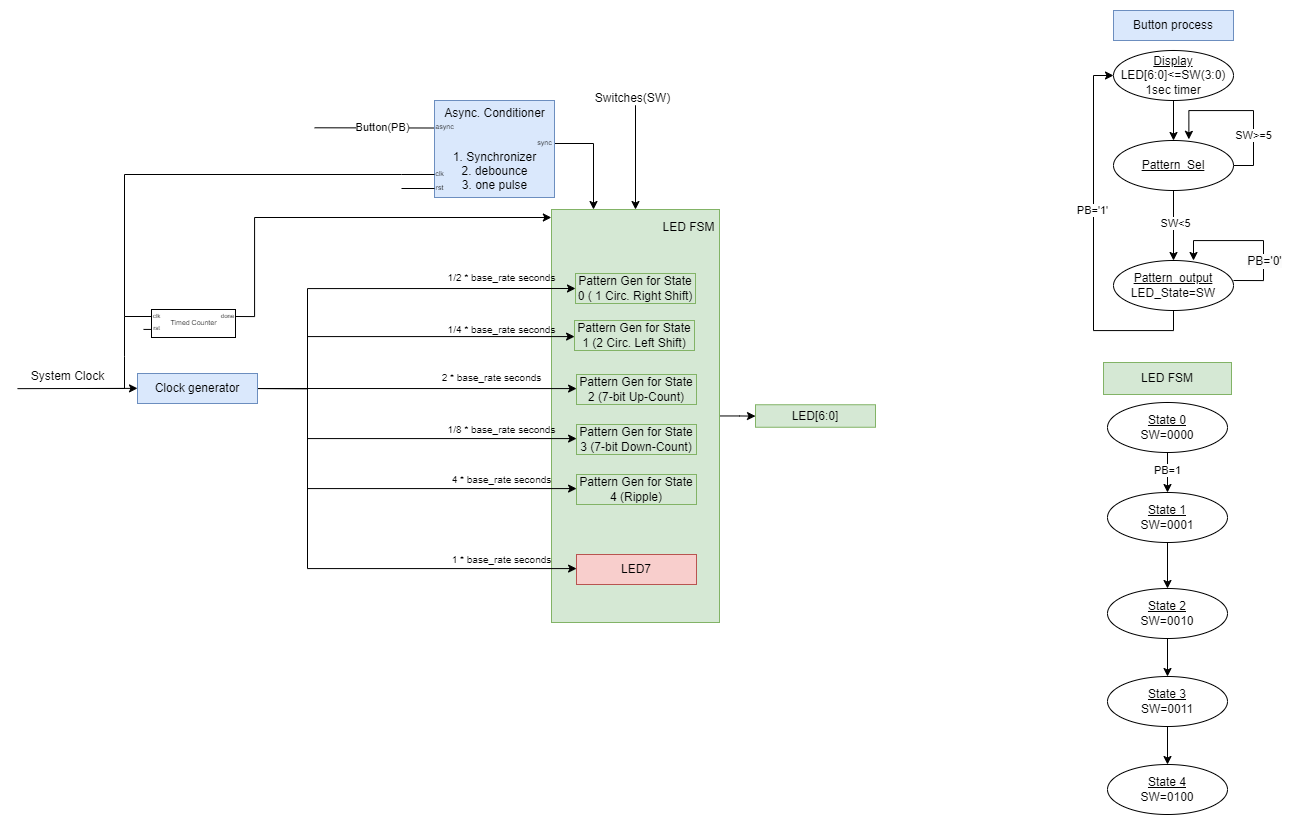
This is docs/assets/LED_Pattern_Block_diagram.png from msu-eele-fpga/labs-and-homework-Krisallick, a draw.io export, as it was before one commit. Source tidied: cells renumbered, new cells last; positions are measured from the earlier drawing's top-left corner, leaving out a move shared by most shapes.
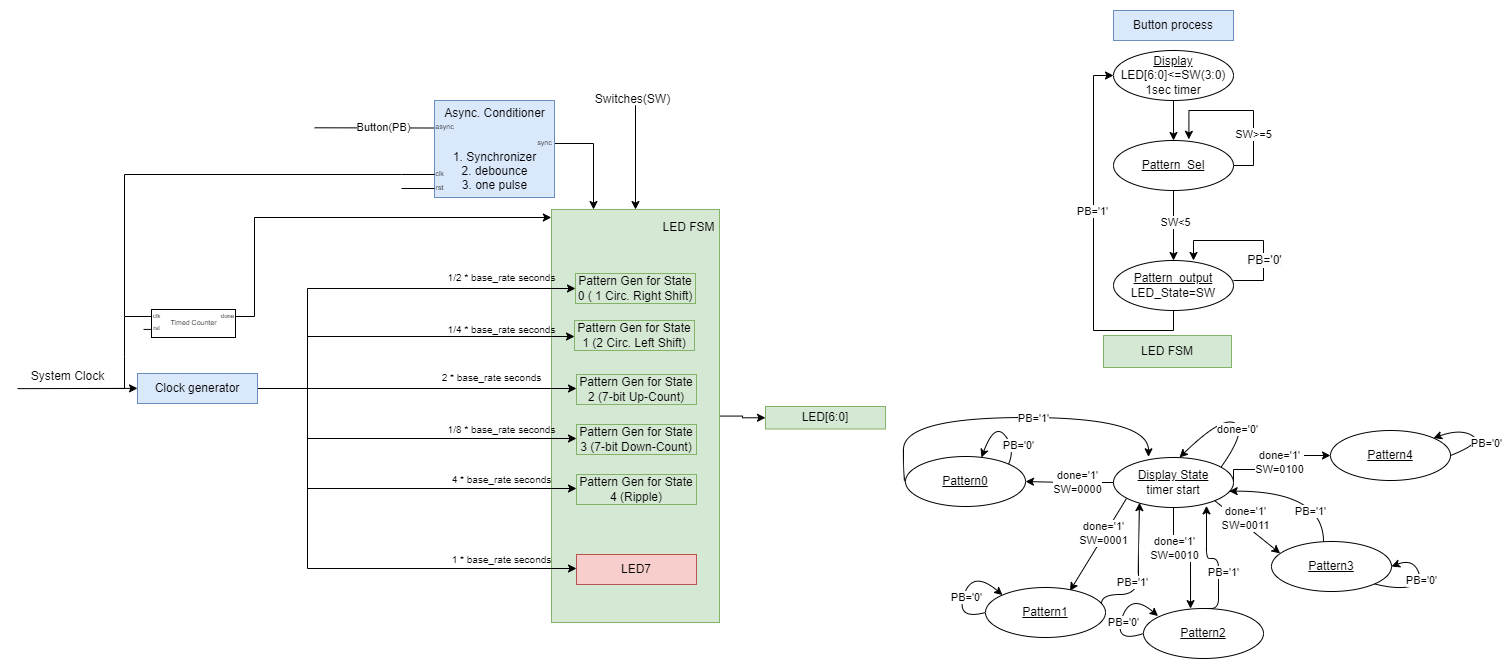
The same file after the commit.

Commit message:
Created tb. Have LED7 blinking on base rate timer value.

Change to the diagram source:
```diff
@@ -188,38 +188,51 @@
       </mxGeometry>
     </mxCell>
     <mxCell id="43" value="LED FSM" style="whiteSpace=wrap;html=1;fillColor=#d5e8d4;strokeColor=#82b366;" parent="1" vertex="1">
-      <mxGeometry x="1086" y="352" width="128" height="32" as="geometry" />
+      <mxGeometry x="1086" y="325" width="128" height="32" as="geometry" />
     </mxCell>
-    <mxCell id="44" style="edgeStyle=orthogonalEdgeStyle;rounded=0;jettySize=auto;html=1;" parent="1" edge="1" source="46" target="48">
+    <mxCell id="44" style="edgeStyle=orthogonalEdgeStyle;rounded=0;jettySize=auto;html=1;entryX=0.392;entryY=0.002;entryDx=0;entryDy=0;entryPerimeter=0;" parent="1" edge="1" source="46" target="86">
       <mxGeometry relative="1" as="geometry" />
     </mxCell>
-    <mxCell id="45" value="PB=1" style="edgeLabel;html=1;align=center;verticalAlign=middle;" parent="44" vertex="1">
-      <mxGeometry x="-0.17" y="-1" relative="1" as="geometry" />
-    </mxCell>
+    <mxCell id="73" value="done='1'&lt;div&gt;SW=0010&lt;/div&gt;" style="edgeLabel;html=1;align=center;verticalAlign=middle;" parent="44" vertex="1">
+      <mxGeometry x="-0.33" relative="1" as="geometry" />
+    </mxCell>
+    <mxCell id="74" style="edgeStyle=orthogonalEdgeStyle;rounded=0;jettySize=auto;html=1;exitX=1;exitY=0.5;exitDx=0;exitDy=0;entryX=0;entryY=0.5;entryDx=0;entryDy=0;" parent="1" edge="1" source="46" target="85">
+      <mxGeometry relative="1" as="geometry">
+        <Array as="points">
+          <mxPoint x="1216" y="459" />
+          <mxPoint x="1265" y="459" />
+          <mxPoint x="1265" y="445" />
+        </Array>
+      </mxGeometry>
+    </mxCell>
+    <mxCell id="75" value="done='1'&lt;div&gt;SW=0100&lt;/div&gt;" style="edgeLabel;html=1;align=center;verticalAlign=middle;" parent="74" vertex="1">
+      <mxGeometry x="-0.2" y="-5" relative="1" as="geometry">
+        <mxPoint x="8" y="-13" as="offset" />
+      </mxGeometry>
+    </mxCell>
+    <mxCell id="76" style="edgeStyle=orthogonalEdgeStyle;rounded=0;jettySize=auto;html=1;entryX=1;entryY=0.5;entryDx=0;entryDy=0;" parent="1" edge="1" source="46" target="90">
+      <mxGeometry relative="1" as="geometry">
+        <Array as="points">
+          <mxPoint x="1048" y="472" />
+        </Array>
+      </mxGeometry>
+    </mxCell>
+    <mxCell id="77" value="done='1'&lt;div&gt;SW=0000&lt;/div&gt;" style="edgeLabel;html=1;align=center;verticalAlign=middle;" parent="76" vertex="1">
+      <mxGeometry x="-0.15" y="-1" relative="1" as="geometry" />
+    </mxCell>
-    <mxCell id="46" value="&lt;u&gt;State 0&lt;/u&gt;&lt;div&gt;SW=0000&lt;/div&gt;" style="ellipse;whiteSpace=wrap;html=1;" parent="1" vertex="1">
-      <mxGeometry x="1090" y="392" width="120" height="50" as="geometry" />
+    <mxCell id="46" value="&lt;u&gt;Display State&lt;/u&gt;&lt;div&gt;timer start&lt;/div&gt;" style="ellipse;whiteSpace=wrap;html=1;" parent="1" vertex="1">
+      <mxGeometry x="1096" y="447" width="120" height="50" as="geometry" />
     </mxCell>
-    <mxCell id="47" style="edgeStyle=orthogonalEdgeStyle;rounded=0;jettySize=auto;html=1;" parent="1" edge="1" source="48" target="50">
-      <mxGeometry relative="1" as="geometry" />
-    </mxCell>
-    <mxCell id="48" value="&lt;u&gt;State 1&lt;/u&gt;&lt;div&gt;SW=0001&lt;u&gt;&lt;br&gt;&lt;/u&gt;&lt;/div&gt;" style="ellipse;whiteSpace=wrap;html=1;" parent="1" vertex="1">
-      <mxGeometry x="1090" y="482" width="120" height="50" as="geometry" />
-    </mxCell>
-    <mxCell id="49" style="edgeStyle=orthogonalEdgeStyle;rounded=0;jettySize=auto;html=1;" parent="1" edge="1" source="50" target="52">
-      <mxGeometry relative="1" as="geometry" />
+    <mxCell id="49" style="edgeStyle=orthogonalEdgeStyle;rounded=0;orthogonalLoop=1;jettySize=auto;html=1;" parent="1" edge="1">
+      <mxGeometry relative="1" as="geometry">
+        <mxPoint x="1150" y="628" as="sourcePoint" />
+      </mxGeometry>
     </mxCell>
-    <mxCell id="50" value="&lt;u&gt;State 2&lt;/u&gt;&lt;div&gt;SW=0010&lt;u&gt;&lt;br&gt;&lt;/u&gt;&lt;/div&gt;" style="ellipse;whiteSpace=wrap;html=1;" parent="1" vertex="1">
-      <mxGeometry x="1090" y="578" width="120" height="50" as="geometry" />
-    </mxCell>
-    <mxCell id="51" style="edgeStyle=orthogonalEdgeStyle;rounded=0;jettySize=auto;html=1;" parent="1" edge="1" source="52" target="53">
-      <mxGeometry relative="1" as="geometry" />
+    <mxCell id="51" style="edgeStyle=orthogonalEdgeStyle;rounded=0;orthogonalLoop=1;jettySize=auto;html=1;" parent="1" edge="1">
+      <mxGeometry relative="1" as="geometry">
+        <mxPoint x="1150" y="754" as="targetPoint" />
+      </mxGeometry>
     </mxCell>
-    <mxCell id="52" value="&lt;u&gt;State 3&lt;/u&gt;&lt;div&gt;SW=0011&lt;br&gt;&lt;/div&gt;" style="ellipse;whiteSpace=wrap;html=1;" parent="1" vertex="1">
-      <mxGeometry x="1090" y="666" width="120" height="50" as="geometry" />
-    </mxCell>
-    <mxCell id="53" value="&lt;u&gt;State 4&lt;/u&gt;&lt;div&gt;SW=0100&lt;u&gt;&lt;br&gt;&lt;/u&gt;&lt;/div&gt;" style="ellipse;whiteSpace=wrap;html=1;" parent="1" vertex="1">
-      <mxGeometry x="1090" y="754" width="120" height="50" as="geometry" />
-    </mxCell>
     <mxCell id="54" style="edgeStyle=orthogonalEdgeStyle;rounded=0;jettySize=auto;html=1;entryX=-0.001;entryY=0.019;entryDx=0;entryDy=0;entryPerimeter=0;exitX=1;exitY=0.25;exitDx=0;exitDy=0;" parent="1" edge="1" source="55" target="3">
       <mxGeometry relative="1" as="geometry">
         <Array as="points">
@@ -303,7 +316,164 @@
       </mxGeometry>
     </mxCell>
     <mxCell id="72" value="LED[6:0]" style="whiteSpace=wrap;html=1;fillColor=#d5e8d4;strokeColor=#82b366;" parent="1" vertex="1">
-      <mxGeometry x="738" y="394.2" width="120" height="22.5" as="geometry" />
+      <mxGeometry x="748" y="396" width="120" height="22.5" as="geometry" />
     </mxCell>
+    <mxCell id="78" style="endArrow=classic;html=1;rounded=0;entryX=0.072;entryY=0.238;entryDx=0;entryDy=0;entryPerimeter=0;" parent="1" edge="1" target="84">
+      <mxGeometry relative="1" as="geometry">
+        <mxPoint x="1197" y="490" as="sourcePoint" />
+      </mxGeometry>
+    </mxCell>
+    <mxCell id="79" value="done='1'&lt;div&gt;SW=0011&lt;/div&gt;" style="edgeLabel;html=1;align=center;verticalAlign=middle;" parent="78" vertex="1">
+      <mxGeometry x="-0.18" y="5" relative="1" as="geometry" />
+    </mxCell>
+    <mxCell id="80" style="endArrow=classic;html=1;rounded=0;entryX=0.704;entryY=0.067;entryDx=0;entryDy=0;entryPerimeter=0;" parent="1" edge="1" target="87">
+      <mxGeometry relative="1" as="geometry">
+        <mxPoint x="1109" y="488" as="sourcePoint" />
+      </mxGeometry>
+    </mxCell>
+    <mxCell id="81" value="done='1'&lt;div&gt;SW=0001&lt;/div&gt;" style="edgeLabel;html=1;align=center;verticalAlign=middle;" parent="80" vertex="1">
+      <mxGeometry x="-0.25" y="-2" relative="1" as="geometry" />
+    </mxCell>
+    <mxCell id="82" style="curved=1;endArrow=classic;html=1;rounded=0;entryX=0.55;entryY=0;entryDx=0;entryDy=0;entryPerimeter=0;" parent="1" edge="1" target="46">
+      <mxGeometry relative="1" as="geometry">
+        <mxPoint x="1204" y="456" as="sourcePoint" />
+        <Array as="points">
+          <mxPoint x="1230" y="419" />
+          <mxPoint x="1204" y="406" />
+        </Array>
+      </mxGeometry>
+    </mxCell>
+    <mxCell id="83" value="done='0'" style="edgeLabel;html=1;align=center;verticalAlign=middle;" parent="82" vertex="1">
+      <mxGeometry x="-0.16" y="4" relative="1" as="geometry" />
+    </mxCell>
+    <mxCell id="84" value="&lt;u&gt;Pattern3&lt;/u&gt;" style="ellipse;whiteSpace=wrap;html=1;" parent="1" vertex="1">
+      <mxGeometry x="1254" y="531" width="120" height="50" as="geometry" />
+    </mxCell>
+    <mxCell id="85" value="&lt;u&gt;Pattern4&lt;/u&gt;" style="ellipse;whiteSpace=wrap;html=1;" parent="1" vertex="1">
+      <mxGeometry x="1313" y="420" width="120" height="50" as="geometry" />
+    </mxCell>
+    <mxCell id="86" value="&lt;u&gt;Pattern2&lt;/u&gt;" style="ellipse;whiteSpace=wrap;html=1;" parent="1" vertex="1">
+      <mxGeometry x="1126" y="598" width="120" height="50" as="geometry" />
+    </mxCell>
+    <mxCell id="87" value="&lt;u&gt;Pattern1&lt;/u&gt;" style="ellipse;whiteSpace=wrap;html=1;" parent="1" vertex="1">
+      <mxGeometry x="968" y="577" width="120" height="50" as="geometry" />
+    </mxCell>
+    <mxCell id="88" style="edgeStyle=orthogonalEdgeStyle;rounded=0;jettySize=auto;html=1;exitX=0;exitY=0.5;exitDx=0;exitDy=0;entryX=0.292;entryY=-0.014;entryDx=0;entryDy=0;curved=1;entryPerimeter=0;" parent="1" edge="1" source="90" target="46">
+      <mxGeometry relative="1" as="geometry">
+        <Array as="points">
+          <mxPoint x="886" y="471" />
+          <mxPoint x="886" y="407" />
+          <mxPoint x="1131" y="407" />
+        </Array>
+      </mxGeometry>
+    </mxCell>
+    <mxCell id="89" value="PB='1'" style="edgeLabel;html=1;align=center;verticalAlign=middle;" parent="88" vertex="1">
+      <mxGeometry x="0.12" relative="1" as="geometry" />
+    </mxCell>
+    <mxCell id="90" value="&lt;u&gt;Pattern0&lt;/u&gt;" style="ellipse;whiteSpace=wrap;html=1;" parent="1" vertex="1">
+      <mxGeometry x="888" y="446" width="120" height="50" as="geometry" />
+    </mxCell>
+    <mxCell id="91" style="curved=1;endArrow=classic;html=1;rounded=0;entryX=0.55;entryY=0;entryDx=0;entryDy=0;entryPerimeter=0;exitX=1;exitY=0;exitDx=0;exitDy=0;" parent="1" edge="1" source="90">
+      <mxGeometry relative="1" as="geometry">
+        <mxPoint x="964" y="447" as="targetPoint" />
+        <Array as="points">
+          <mxPoint x="998" y="438" />
+          <mxPoint x="977" y="412" />
+        </Array>
+      </mxGeometry>
+    </mxCell>
+    <mxCell id="92" value="PB='0'" style="edgeLabel;html=1;align=center;verticalAlign=middle;" parent="91" vertex="1">
+      <mxGeometry x="-0.16" y="4" relative="1" as="geometry">
+        <mxPoint x="18" y="9" as="offset" />
+      </mxGeometry>
+    </mxCell>
+    <mxCell id="93" style="edgeStyle=orthogonalEdgeStyle;rounded=0;jettySize=auto;html=1;exitX=0.967;exitY=0.322;exitDx=0;exitDy=0;entryX=0.217;entryY=0.903;entryDx=0;entryDy=0;entryPerimeter=0;curved=1;exitPerimeter=0;" parent="1" edge="1" source="87" target="46">
+      <mxGeometry relative="1" as="geometry">
+        <Array as="points">
+          <mxPoint x="1084" y="584" />
+          <mxPoint x="1121" y="584" />
+          <mxPoint x="1121" y="544" />
+          <mxPoint x="1122" y="544" />
+        </Array>
+      </mxGeometry>
+    </mxCell>
+    <mxCell id="94" value="PB='1'" style="edgeLabel;html=1;align=center;verticalAlign=middle;" parent="93" vertex="1">
+      <mxGeometry x="-0.16" y="7" relative="1" as="geometry" />
+    </mxCell>
+    <mxCell id="95" style="curved=1;endArrow=classic;html=1;rounded=0;entryX=0;entryY=0;entryDx=0;entryDy=0;exitX=0;exitY=0.5;exitDx=0;exitDy=0;" parent="1" edge="1" source="87" target="87">
+      <mxGeometry relative="1" as="geometry">
+        <Array as="points">
+          <mxPoint x="938" y="610" />
+          <mxPoint x="955" y="559" />
+        </Array>
+      </mxGeometry>
+    </mxCell>
+    <mxCell id="96" value="PB='0'" style="edgeLabel;html=1;align=center;verticalAlign=middle;" parent="95" vertex="1">
+      <mxGeometry x="-0.16" y="4" relative="1" as="geometry">
+        <mxPoint x="7" y="-2" as="offset" />
+      </mxGeometry>
+    </mxCell>
+    <mxCell id="97" style="curved=1;endArrow=classic;html=1;rounded=0;entryX=0.121;entryY=0.152;entryDx=0;entryDy=0;exitX=0;exitY=0.5;exitDx=0;exitDy=0;entryPerimeter=0;" parent="1" edge="1" source="86" target="86">
+      <mxGeometry relative="1" as="geometry">
+        <Array as="points">
+          <mxPoint x="1096" y="633" />
+          <mxPoint x="1113" y="582" />
+        </Array>
+      </mxGeometry>
+    </mxCell>
+    <mxCell id="98" value="PB='0'" style="edgeLabel;html=1;align=center;verticalAlign=middle;" parent="97" vertex="1">
+      <mxGeometry x="-0.16" y="4" relative="1" as="geometry">
+        <mxPoint x="7" y="-2" as="offset" />
+      </mxGeometry>
+    </mxCell>
+    <mxCell id="99" style="curved=1;endArrow=classic;html=1;rounded=0;entryX=1;entryY=0;entryDx=0;entryDy=0;exitX=1;exitY=0.5;exitDx=0;exitDy=0;" parent="1" edge="1" source="85" target="85">
+      <mxGeometry relative="1" as="geometry">
+        <Array as="points">
+          <mxPoint x="1466" y="432" />
+          <mxPoint x="1443" y="418" />
+        </Array>
+      </mxGeometry>
+    </mxCell>
+    <mxCell id="100" value="PB='0'" style="edgeLabel;html=1;align=center;verticalAlign=middle;" parent="99" vertex="1">
+      <mxGeometry x="-0.16" y="4" relative="1" as="geometry">
+        <mxPoint x="7" y="-2" as="offset" />
+      </mxGeometry>
+    </mxCell>
+    <mxCell id="101" style="edgeStyle=orthogonalEdgeStyle;rounded=1;jettySize=auto;html=1;exitX=0.5;exitY=0;exitDx=0;exitDy=0;entryX=0.775;entryY=0.967;entryDx=0;entryDy=0;entryPerimeter=0;curved=0;" parent="1" edge="1" source="86" target="46">
+      <mxGeometry relative="1" as="geometry">
+        <Array as="points">
+          <mxPoint x="1201" y="598" />
+          <mxPoint x="1201" y="548" />
+          <mxPoint x="1189" y="548" />
+        </Array>
+      </mxGeometry>
+    </mxCell>
+    <mxCell id="102" value="PB='1'" style="edgeLabel;html=1;align=center;verticalAlign=middle;" parent="101" vertex="1">
+      <mxGeometry x="-0.21" y="-4" relative="1" as="geometry" />
+    </mxCell>
+    <mxCell id="103" style="edgeStyle=orthogonalEdgeStyle;rounded=0;jettySize=auto;html=1;entryX=0.964;entryY=0.673;entryDx=0;entryDy=0;entryPerimeter=0;curved=1;" parent="1" edge="1" source="84" target="46">
+      <mxGeometry relative="1" as="geometry">
+        <Array as="points">
+          <mxPoint x="1306" y="481" />
+        </Array>
+      </mxGeometry>
+    </mxCell>
+    <mxCell id="104" value="PB='1'" style="edgeLabel;html=1;align=center;verticalAlign=middle;" parent="103" vertex="1">
+      <mxGeometry x="-0.57" y="14" relative="1" as="geometry" />
+    </mxCell>
+    <mxCell id="105" style="curved=1;endArrow=classic;html=1;rounded=0;entryX=1;entryY=0.5;entryDx=0;entryDy=0;exitX=1;exitY=1;exitDx=0;exitDy=0;" parent="1" edge="1" source="84" target="84">
+      <mxGeometry relative="1" as="geometry">
+        <Array as="points">
+          <mxPoint x="1379" y="579" />
+          <mxPoint x="1406" y="573" />
+          <mxPoint x="1395" y="548" />
+        </Array>
+      </mxGeometry>
+    </mxCell>
+    <mxCell id="106" value="PB='0'" style="edgeLabel;html=1;align=center;verticalAlign=middle;" parent="105" vertex="1">
+      <mxGeometry x="-0.16" y="4" relative="1" as="geometry">
+        <mxPoint x="7" y="-2" as="offset" />
+      </mxGeometry>
+    </mxCell>
   </root>
 </mxGraphModel>
```
